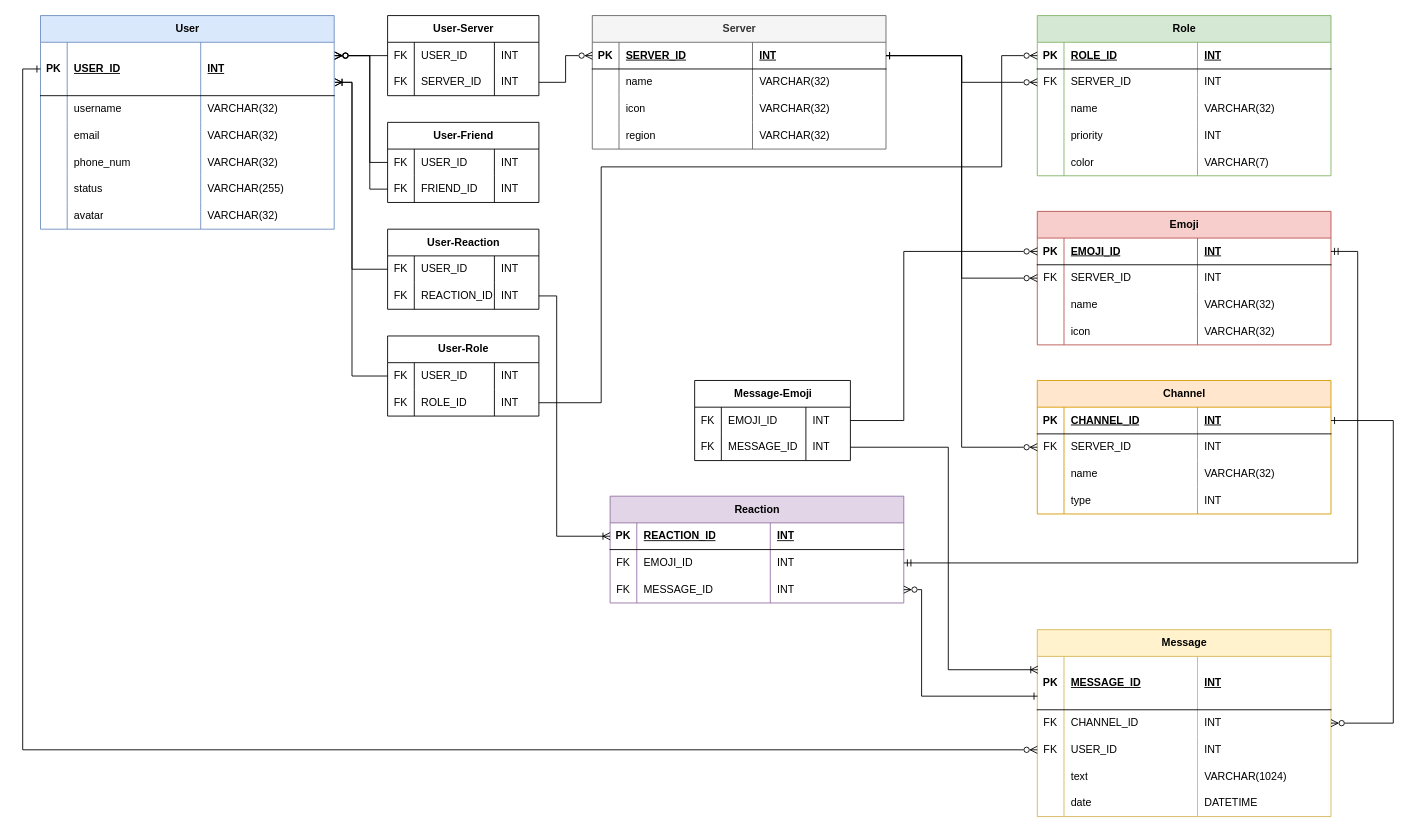
The draw.io diagram diagrams/Discord Relational Schema.drawio in Mruzik1/Database-Application, before the edit. Source tidied: cells renumbered, new cells numbered last; positions are measured from the earlier drawing's top-left corner, leaving out a move shared by most shapes. Both pictures are drawn from the tidied source at 89%, with x=0, y=0 at pixel (22, 15).
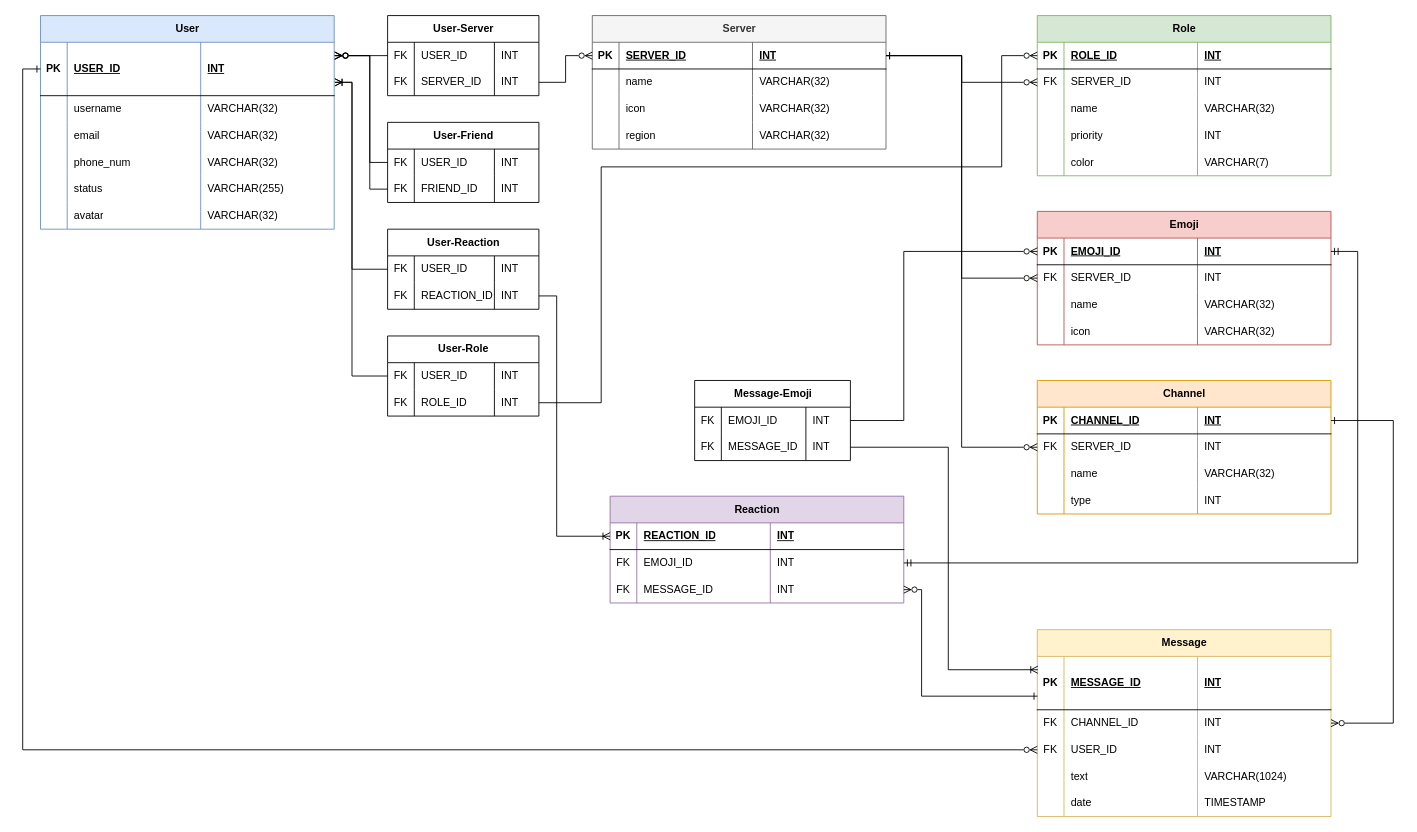
After the change.

Commit message:
changed the date type to timestamp

Unchanged cells that the change refers to:
```xml
<mxCell id="78" style="shape=tableRow;horizontal=0;startSize=0;swimlaneHead=0;swimlaneBody=0;fillColor=none;top=0;left=0;right=0;bottom=0;" parent="61" vertex="1">
  <mxGeometry y="180" width="330" height="30" as="geometry" />
</mxCell>
```

Diff of the diagram source:
```diff
@@
-    <mxCell id="81" value="DATETIME" style="shape=partialRectangle;fillColor=none;top=0;left=0;bottom=0;right=0;align=left;spacingLeft=6;overflow=hidden;whiteSpace=wrap;html=1;" parent="78" vertex="1">
+    <mxCell id="81" value="TIMESTAMP" style="shape=partialRectangle;fillColor=none;top=0;left=0;bottom=0;right=0;align=left;spacingLeft=6;overflow=hidden;whiteSpace=wrap;html=1;" parent="78" vertex="1">
       <mxGeometry x="180" width="150" height="30" as="geometry" />
     </mxCell>
```
